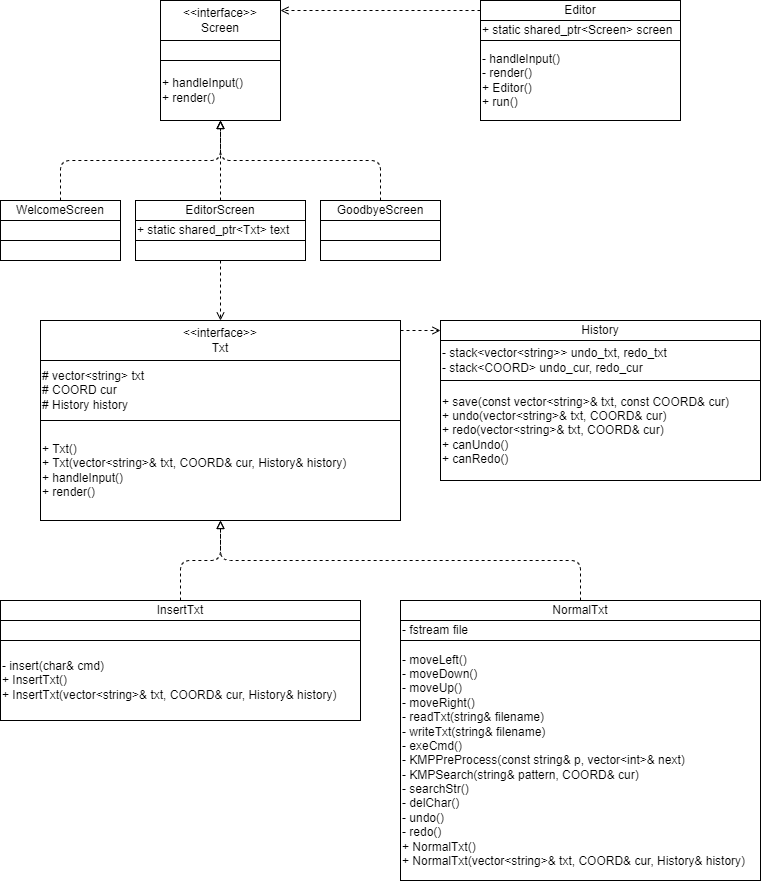
The draw.io diagram assets/UML.png in lyj-fdu/FDVIM, before a commit. Source tidied: cells renumbered, new cells last; positions are measured from the earlier drawing's top-left corner, leaving out a move shared by most shapes.
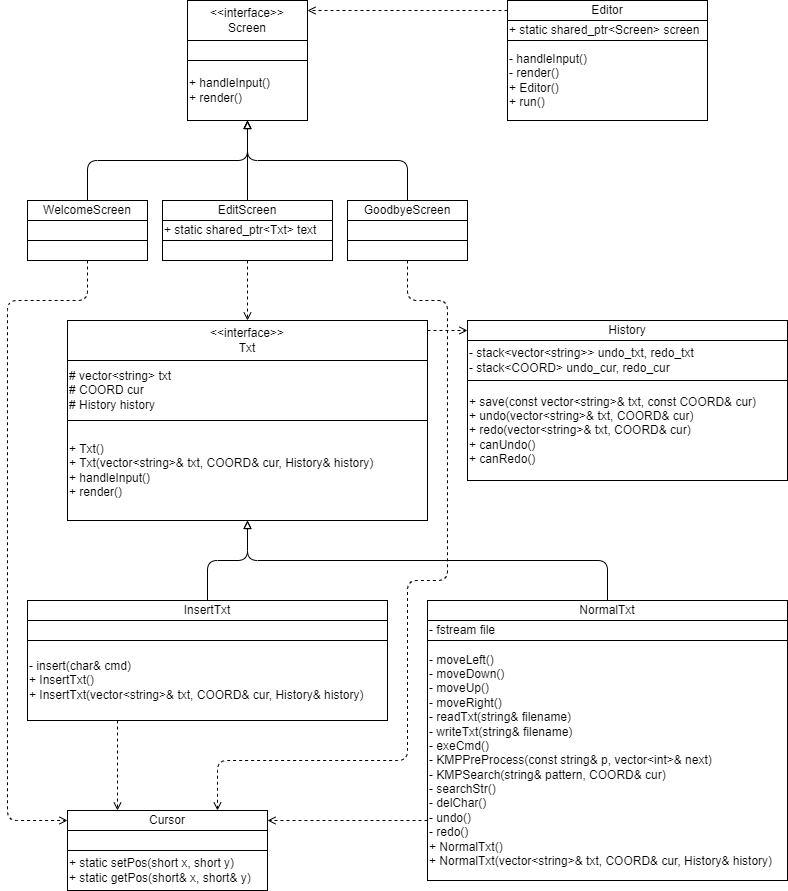
Above is the later version.

The edit, as a diff of the source:
```diff
@@ -8,7 +8,7 @@
     <mxCell id="3" value="&lt;div style=&quot;&quot;&gt;&lt;span style=&quot;background-color: initial;&quot;&gt;+ handleInput()&lt;/span&gt;&lt;/div&gt;&lt;div style=&quot;&quot;&gt;&lt;span style=&quot;background-color: initial;&quot;&gt;+ render()&lt;/span&gt;&lt;/div&gt;" style="rounded=0;whiteSpace=wrap;html=1;align=left;" parent="1" vertex="1">
       <mxGeometry x="160" y="60" width="120" height="60" as="geometry" />
     </mxCell>
-    <mxCell id="4" style="edgeStyle=none;html=1;exitX=0.5;exitY=0;exitDx=0;exitDy=0;entryX=0.5;entryY=1;entryDx=0;entryDy=0;endArrow=block;endFill=0;dashed=1;" parent="1" edge="1" source="5" target="3">
+    <mxCell id="4" style="edgeStyle=none;html=1;exitX=0.5;exitY=0;exitDx=0;exitDy=0;entryX=0.5;entryY=1;entryDx=0;entryDy=0;endArrow=block;endFill=0;" parent="1" edge="1" source="5" target="3">
       <mxGeometry relative="1" as="geometry">
         <Array as="points">
           <mxPoint x="60" y="160" />
@@ -19,13 +19,15 @@
     <mxCell id="5" value="WelcomeScreen" style="rounded=0;whiteSpace=wrap;html=1;" parent="1" vertex="1">
       <mxGeometry y="200" width="120" height="20" as="geometry" />
     </mxCell>
-    <mxCell id="6" style="edgeStyle=none;html=1;exitX=0.5;exitY=0;exitDx=0;exitDy=0;endArrow=block;endFill=0;entryX=0.5;entryY=1;entryDx=0;entryDy=0;dashed=1;" parent="1" edge="1" source="7" target="3">
-      <mxGeometry relative="1" as="geometry" />
+    <mxCell id="6" style="edgeStyle=none;html=1;endArrow=block;endFill=0;entryX=0.5;entryY=1;entryDx=0;entryDy=0;" parent="1" edge="1" target="3">
+      <mxGeometry relative="1" as="geometry">
+        <mxPoint x="220" y="200" as="sourcePoint" />
+      </mxGeometry>
     </mxCell>
-    <mxCell id="7" value="EditorScreen" style="rounded=0;whiteSpace=wrap;html=1;" parent="1" vertex="1">
+    <mxCell id="7" value="EditScreen" style="rounded=0;whiteSpace=wrap;html=1;" parent="1" vertex="1">
       <mxGeometry x="135" y="200" width="170" height="20" as="geometry" />
     </mxCell>
-    <mxCell id="8" style="edgeStyle=none;html=1;exitX=0.5;exitY=0;exitDx=0;exitDy=0;entryX=0.5;entryY=1;entryDx=0;entryDy=0;endArrow=block;endFill=0;dashed=1;" parent="1" edge="1" source="9" target="3">
+    <mxCell id="8" style="edgeStyle=none;html=1;exitX=0.5;exitY=0;exitDx=0;exitDy=0;entryX=0.5;entryY=1;entryDx=0;entryDy=0;endArrow=block;endFill=0;" parent="1" edge="1" source="9" target="3">
       <mxGeometry relative="1" as="geometry">
         <Array as="points">
           <mxPoint x="380" y="160" />
@@ -57,12 +59,33 @@
     <mxCell id="16" style="rounded=0;whiteSpace=wrap;html=1;" parent="1" vertex="1">
       <mxGeometry x="160" y="40" width="120" height="20" as="geometry" />
     </mxCell>
+    <mxCell id="37" style="edgeStyle=none;html=1;exitX=0.5;exitY=1;exitDx=0;exitDy=0;entryX=0;entryY=0.5;entryDx=0;entryDy=0;dashed=1;endArrow=open;endFill=0;" parent="1" edge="1" source="17" target="41">
+      <mxGeometry relative="1" as="geometry">
+        <Array as="points">
+          <mxPoint x="60" y="300" />
+          <mxPoint x="-20" y="300" />
+          <mxPoint x="-20" y="820" />
+        </Array>
+      </mxGeometry>
+    </mxCell>
     <mxCell id="17" style="rounded=0;whiteSpace=wrap;html=1;" parent="1" vertex="1">
       <mxGeometry y="240" width="120" height="20" as="geometry" />
     </mxCell>
     <mxCell id="18" style="rounded=0;whiteSpace=wrap;html=1;" parent="1" vertex="1">
       <mxGeometry x="320" y="220" width="120" height="20" as="geometry" />
     </mxCell>
+    <mxCell id="38" style="edgeStyle=none;html=1;exitX=0.5;exitY=1;exitDx=0;exitDy=0;entryX=0.75;entryY=0;entryDx=0;entryDy=0;dashed=1;endArrow=open;endFill=0;" parent="1" edge="1" source="19" target="41">
+      <mxGeometry relative="1" as="geometry">
+        <Array as="points">
+          <mxPoint x="380" y="300" />
+          <mxPoint x="420" y="300" />
+          <mxPoint x="420" y="580" />
+          <mxPoint x="380" y="580" />
+          <mxPoint x="380" y="760" />
+          <mxPoint x="190" y="760" />
+        </Array>
+      </mxGeometry>
+    </mxCell>
     <mxCell id="19" style="rounded=0;whiteSpace=wrap;html=1;" parent="1" vertex="1">
       <mxGeometry x="320" y="240" width="120" height="20" as="geometry" />
     </mxCell>
@@ -93,7 +116,7 @@
     <mxCell id="28" value="&lt;div&gt;# vector&amp;lt;string&amp;gt; txt&lt;/div&gt;&lt;div&gt;# COORD cur&lt;/div&gt;&lt;div&gt;# History history&lt;/div&gt;" style="rounded=0;whiteSpace=wrap;html=1;align=left;" parent="1" vertex="1">
       <mxGeometry x="40" y="360" width="360" height="60" as="geometry" />
     </mxCell>
-    <mxCell id="29" style="edgeStyle=none;html=1;exitX=0.5;exitY=0;exitDx=0;exitDy=0;entryX=0.5;entryY=1;entryDx=0;entryDy=0;endArrow=block;endFill=0;dashed=1;" parent="1" edge="1" source="30" target="27">
+    <mxCell id="29" style="edgeStyle=none;html=1;exitX=0.5;exitY=0;exitDx=0;exitDy=0;entryX=0.5;entryY=1;entryDx=0;entryDy=0;endArrow=block;endFill=0;" parent="1" edge="1" source="30" target="27">
       <mxGeometry relative="1" as="geometry">
         <Array as="points">
           <mxPoint x="180" y="600" />
@@ -108,10 +131,13 @@
     <mxCell id="31" style="rounded=0;whiteSpace=wrap;html=1;" parent="1" vertex="1">
       <mxGeometry y="620" width="360" height="20" as="geometry" />
     </mxCell>
+    <mxCell id="39" style="edgeStyle=none;html=1;exitX=0.25;exitY=1;exitDx=0;exitDy=0;entryX=0.25;entryY=0;entryDx=0;entryDy=0;dashed=1;endArrow=open;endFill=0;" parent="1" edge="1" source="32" target="41">
+      <mxGeometry relative="1" as="geometry" />
+    </mxCell>
     <mxCell id="32" value="- insert(char&amp;amp; cmd)&lt;br&gt;+ InsertTxt()&lt;br&gt;+ InsertTxt(vector&amp;lt;string&amp;gt;&amp;amp; txt, COORD&amp;amp; cur, History&amp;amp; history)" style="rounded=0;whiteSpace=wrap;html=1;align=left;" parent="1" vertex="1">
       <mxGeometry y="640" width="360" height="80" as="geometry" />
     </mxCell>
-    <mxCell id="33" style="edgeStyle=none;html=1;exitX=0.5;exitY=0;exitDx=0;exitDy=0;entryX=0.5;entryY=1;entryDx=0;entryDy=0;endArrow=block;endFill=0;dashed=1;" parent="1" edge="1" source="34" target="27">
+    <mxCell id="33" style="edgeStyle=none;html=1;exitX=0.5;exitY=0;exitDx=0;exitDy=0;entryX=0.5;entryY=1;entryDx=0;entryDy=0;endArrow=block;endFill=0;" parent="1" edge="1" source="34" target="27">
       <mxGeometry relative="1" as="geometry">
         <Array as="points">
           <mxPoint x="580" y="600" />
@@ -126,8 +152,20 @@
     <mxCell id="35" value="- fstream file" style="rounded=0;whiteSpace=wrap;html=1;align=left;" parent="1" vertex="1">
       <mxGeometry x="400" y="620" width="360" height="20" as="geometry" />
     </mxCell>
+    <mxCell id="40" style="edgeStyle=none;html=1;exitX=0;exitY=0.75;exitDx=0;exitDy=0;entryX=1;entryY=0.5;entryDx=0;entryDy=0;dashed=1;endArrow=open;endFill=0;" parent="1" edge="1" source="36" target="41">
+      <mxGeometry relative="1" as="geometry" />
+    </mxCell>
     <mxCell id="36" value="&lt;div&gt;&lt;div&gt;- moveLeft()&lt;/div&gt;&lt;div&gt;- moveDown()&lt;/div&gt;&lt;div&gt;- moveUp()&lt;/div&gt;&lt;div&gt;- moveRight()&lt;/div&gt;&lt;/div&gt;&lt;div&gt;- readTxt(string&amp;amp; filename)&lt;/div&gt;&lt;div&gt;&lt;span style=&quot;background-color: initial;&quot;&gt;- writeTxt(string&amp;amp; filename)&lt;/span&gt;&lt;br&gt;&lt;/div&gt;&lt;div&gt;&lt;div&gt;- exeCmd()&lt;/div&gt;&lt;/div&gt;&lt;div&gt;- KMPPreProcess(const string&amp;amp; p, vector&amp;lt;int&amp;gt;&amp;amp; next)&lt;/div&gt;&lt;div&gt;- KMPSearch(string&amp;amp; pattern, COORD&amp;amp; cur)&lt;/div&gt;&lt;div&gt;&lt;div&gt;- searchStr()&lt;br&gt;&lt;/div&gt;&lt;div&gt;&lt;span style=&quot;background-color: initial;&quot;&gt;- delChar()&lt;/span&gt;&lt;br&gt;&lt;/div&gt;&lt;div&gt;- undo()&lt;/div&gt;&lt;div&gt;- redo()&lt;/div&gt;&lt;/div&gt;&lt;div&gt;+ NormalTxt()&lt;/div&gt;&lt;div&gt;+ NormalTxt(vector&amp;lt;string&amp;gt;&amp;amp; txt, COORD&amp;amp; cur, History&amp;amp; history)&lt;br&gt;&lt;/div&gt;" style="rounded=0;whiteSpace=wrap;html=1;align=left;" parent="1" vertex="1">
       <mxGeometry x="400" y="640" width="360" height="240" as="geometry" />
     </mxCell>
+    <mxCell id="41" value="Cursor" style="rounded=0;whiteSpace=wrap;html=1;" parent="1" vertex="1">
+      <mxGeometry x="40" y="810" width="200" height="20" as="geometry" />
+    </mxCell>
+    <mxCell id="42" style="rounded=0;whiteSpace=wrap;html=1;" parent="1" vertex="1">
+      <mxGeometry x="40" y="830" width="200" height="20" as="geometry" />
+    </mxCell>
+    <mxCell id="43" value="&lt;div style=&quot;&quot;&gt;&lt;span style=&quot;background-color: initial;&quot;&gt;+ static&amp;nbsp;&lt;/span&gt;&lt;span style=&quot;background-color: initial;&quot;&gt;setPos(short x, short y)&lt;/span&gt;&lt;/div&gt;&lt;span style=&quot;background-color: initial;&quot;&gt;&lt;div style=&quot;&quot;&gt;&lt;span style=&quot;background-color: initial;&quot;&gt;+ static get&lt;/span&gt;&lt;span style=&quot;background-color: initial;&quot;&gt;Pos(short&amp;amp; x, short&amp;amp; y)&lt;/span&gt;&lt;/div&gt;&lt;/span&gt;" style="rounded=0;whiteSpace=wrap;html=1;align=left;" parent="1" vertex="1">
+      <mxGeometry x="40" y="850" width="200" height="40" as="geometry" />
+    </mxCell>
   </root>
 </mxGraphModel>
```
